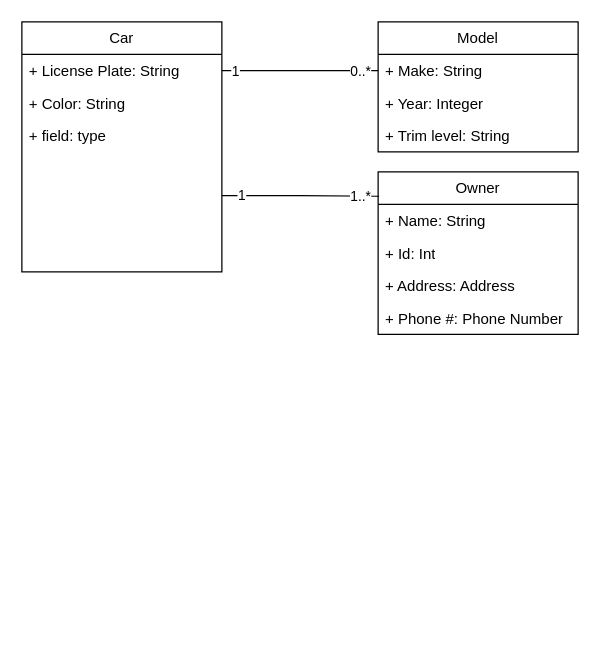
Above: 4314ass1parta.drawio in DylanBriSmith/4313Drawings (draw.io), before the change. Source tidied: cells renumbered, new cells numbered last; positions are measured from the earlier drawing's top-left corner, leaving out a move shared by most shapes. Both pictures are drawn from the tidied source at 125%, with x=0, y=0 at pixel (21, 21).
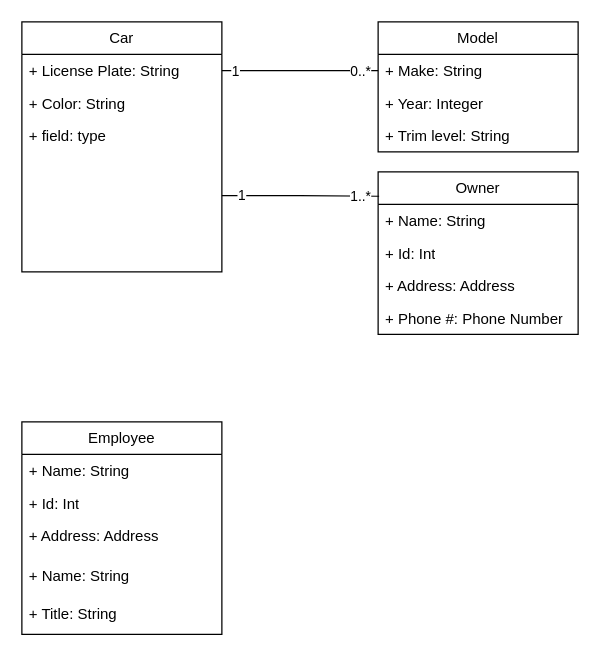
The same diagram, later.

What changed in the source:
```diff
@@
+    <mxCell id="20" value="Employee" style="swimlane;fontStyle=0;horizontal=1;startSize=26;fillColor=none;whiteSpace=wrap;html=1;" parent="1" vertex="1">
+      <mxGeometry y="320" width="160" height="170" as="geometry" />
+    </mxCell>
+    <mxCell id="21" value="+ Name: String&lt;span style=&quot;white-space: pre;&quot;&gt;&#9;&lt;/span&gt;&lt;div&gt;&lt;span style=&quot;white-space: pre;&quot;&gt;&#9;&lt;/span&gt;&amp;nbsp;&lt;span style=&quot;white-space: pre;&quot;&gt;&#9;&lt;/span&gt;&lt;/div&gt;" style="text;strokeColor=none;fillColor=none;align=left;verticalAlign=top;spacingLeft=4;spacingRight=4;overflow=hidden;whiteSpace=wrap;html=1;" parent="20" vertex="1">
+      <mxGeometry y="26" width="160" height="26" as="geometry" />
+    </mxCell>
+    <mxCell id="22" value="+ Id: Int" style="text;strokeColor=none;fillColor=none;align=left;verticalAlign=top;spacingLeft=4;spacingRight=4;overflow=hidden;whiteSpace=wrap;html=1;" parent="20" vertex="1">
+      <mxGeometry y="52" width="160" height="26" as="geometry" />
+    </mxCell>
+    <mxCell id="23" value="+ Address: Address" style="text;strokeColor=none;fillColor=none;align=left;verticalAlign=top;spacingLeft=4;spacingRight=4;overflow=hidden;whiteSpace=wrap;html=1;" parent="20" vertex="1">
+      <mxGeometry y="78" width="160" height="32" as="geometry" />
+    </mxCell>
+    <mxCell id="24" value="+ Name: String" style="text;strokeColor=none;fillColor=none;align=left;verticalAlign=top;spacingLeft=4;spacingRight=4;overflow=hidden;whiteSpace=wrap;html=1;" parent="20" vertex="1">
+      <mxGeometry y="110" width="160" height="30" as="geometry" />
+    </mxCell>
+    <mxCell id="25" value="+ Title: String" style="text;strokeColor=none;fillColor=none;align=left;verticalAlign=top;spacingLeft=4;spacingRight=4;overflow=hidden;whiteSpace=wrap;html=1;" parent="20" vertex="1">
+      <mxGeometry y="140" width="160" height="30" as="geometry" />
+    </mxCell>
```
